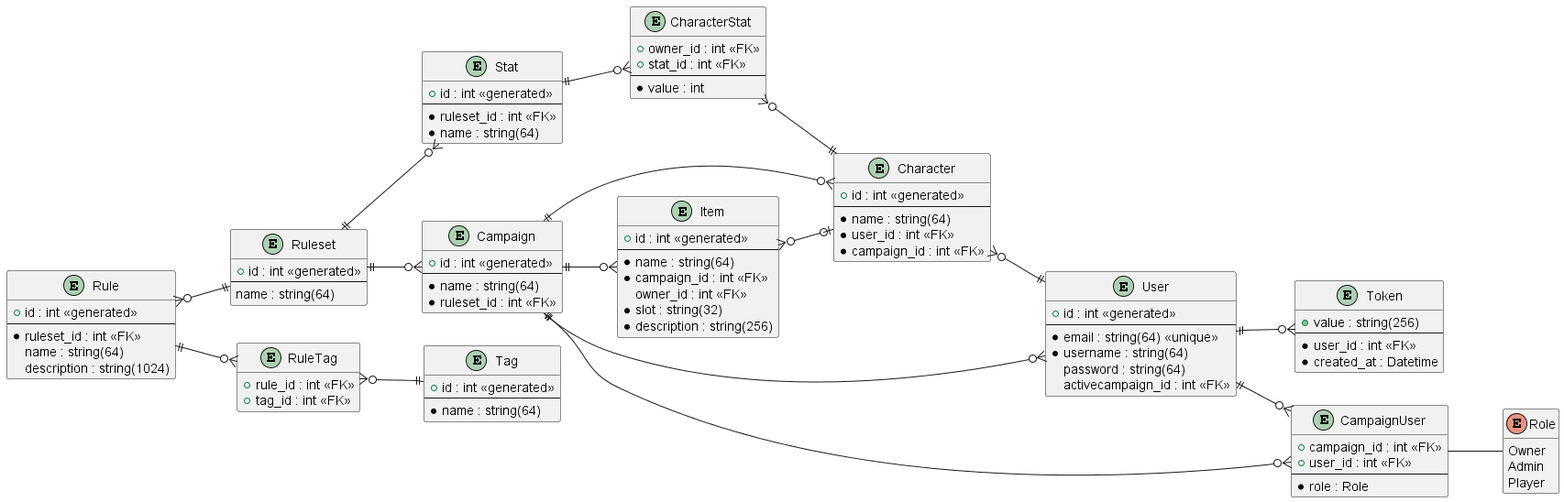
Above: DataBase/DB.png in MathieuAvec1T-dev/DiceHall (PlantUML), before the change.
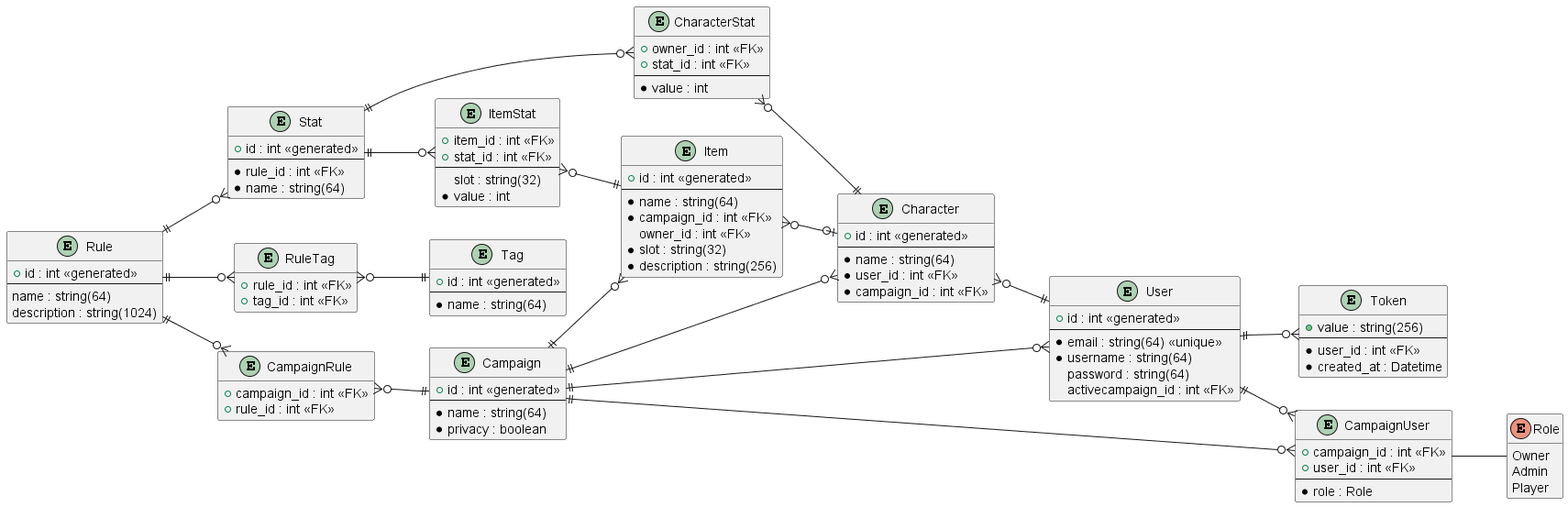
Above is the later version.

What changed in the source:
```diff
@@ -22,7 +22,7 @@
     + id : int <<generated>>
     --
     * name : string(64)
-    * ruleset_id : int <<FK>>
+    * privacy : boolean
 }
 
 entity CampaignUser {
@@ -66,21 +66,14 @@
 entity Rule {
     + id : int <<generated>>
     --
-    * ruleset_id : int <<FK>>
     name : string(64)
     description : string(1024)
-}
-
-entity Ruleset {
-    + id : int <<generated>>
-    --
-    name : string(64)
 }
 
 entity Stat {
     + id : int <<generated>>
     --
-    * ruleset_id : int <<FK>>
+    * rule_id : int <<FK>>
     * name : string(64)
 }
 
@@ -95,6 +88,19 @@
     + tag_id : int <<FK>>
 }
 
+entity CampaignRule {
+    + campaign_id : int <<FK>>
+    + rule_id : int <<FK>>
+}
+
+entity ItemStat {
+    + item_id : int <<FK>>
+    + stat_id : int <<FK>>
+    --
+    slot : string(32)
+    * value : int
+}
+
 User ||--o{ Token
 Campaign ||--o{ Character
 Character }o--|| User
@@ -102,14 +108,16 @@
 User ||--o{ CampaignUser
 Item }o--o| Character
 CharacterStat }o--|| Character
-Rule }o--|| Ruleset
-Ruleset ||--o{ Campaign
+CampaignRule }o--|| Campaign
+Rule ||--o{ CampaignRule
 CampaignUser -- Role
 Campaign ||--o{ Item
-Ruleset ||--o{ Stat
+Rule ||--o{ Stat
 Stat ||--o{ CharacterStat
 Rule ||--o{ RuleTag
 RuleTag }o--|| Tag
 Campaign ||--o{ User
+Stat ||--o{ ItemStat
+ItemStat }o--|| Item
 
 @enduml
```
